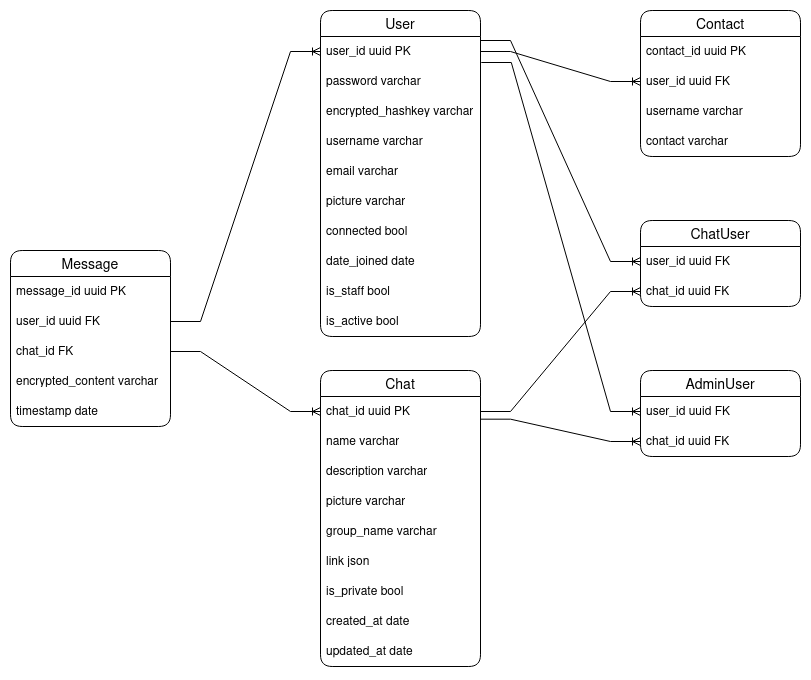
Above: doc/png/logical_data.png in SparkSurges/django-chat-app (draw.io), before the change. Source tidied: cells renumbered, new cells last; positions are measured from the earlier drawing's top-left corner, leaving out a move shared by most shapes.
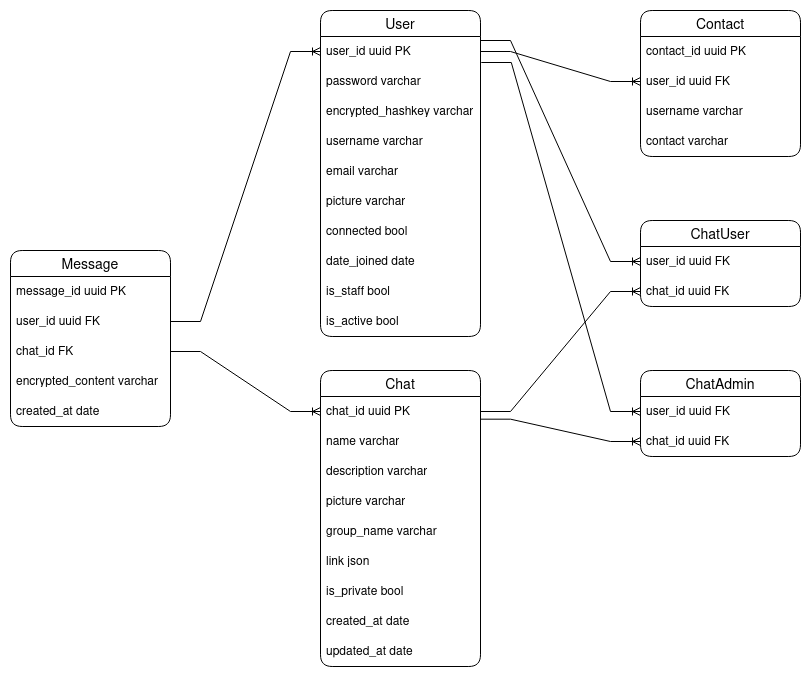
After the commit.

Diff of the diagram source:
```diff
@@ -118,7 +118,7 @@
     <mxCell id="38" value="encrypted_content varchar" style="text;strokeColor=none;fillColor=none;spacingLeft=4;spacingRight=4;overflow=hidden;fontSize=12;whiteSpace=wrap;html=1;" parent="34" vertex="1">
       <mxGeometry y="116" width="160" height="30" as="geometry" />
     </mxCell>
-    <mxCell id="39" value="timestamp date" style="text;strokeColor=none;fillColor=none;spacingLeft=4;spacingRight=4;overflow=hidden;fontSize=12;whiteSpace=wrap;html=1;" parent="34" vertex="1">
+    <mxCell id="39" value="created_at date" style="text;strokeColor=none;fillColor=none;spacingLeft=4;spacingRight=4;overflow=hidden;fontSize=12;whiteSpace=wrap;html=1;" parent="34" vertex="1">
       <mxGeometry y="146" width="160" height="30" as="geometry" />
     </mxCell>
     <mxCell id="40" style="edgeStyle=entityRelationEdgeStyle;fontSize=12;html=1;endArrow=ERoneToMany;rounded=0;exitX=1;exitY=0.5;exitDx=0;exitDy=0;entryX=0;entryY=0.5;entryDx=0;entryDy=0;" parent="1" edge="1" source="36" target="3">
@@ -127,7 +127,7 @@
     <mxCell id="41" style="edgeStyle=entityRelationEdgeStyle;fontSize=12;html=1;endArrow=ERoneToMany;rounded=0;exitX=1;exitY=0.5;exitDx=0;exitDy=0;entryX=0;entryY=0.5;entryDx=0;entryDy=0;" parent="1" edge="1" source="37" target="20">
       <mxGeometry relative="1" as="geometry" />
     </mxCell>
-    <mxCell id="42" value="AdminUser" style="swimlane;fontStyle=0;horizontal=1;startSize=26;align=center;fontSize=14;rounded=1;" parent="1" vertex="1">
+    <mxCell id="42" value="ChatAdmin" style="swimlane;fontStyle=0;horizontal=1;startSize=26;align=center;fontSize=14;rounded=1;" parent="1" vertex="1">
       <mxGeometry x="630" y="360" width="160" height="86" as="geometry" />
     </mxCell>
     <mxCell id="43" value="user_id uuid FK" style="text;strokeColor=none;fillColor=none;spacingLeft=4;spacingRight=4;overflow=hidden;points=[[0,0.5],[1,0.5]];portConstraint=eastwest;fontSize=12;whiteSpace=wrap;html=1;" parent="42" vertex="1">
```
